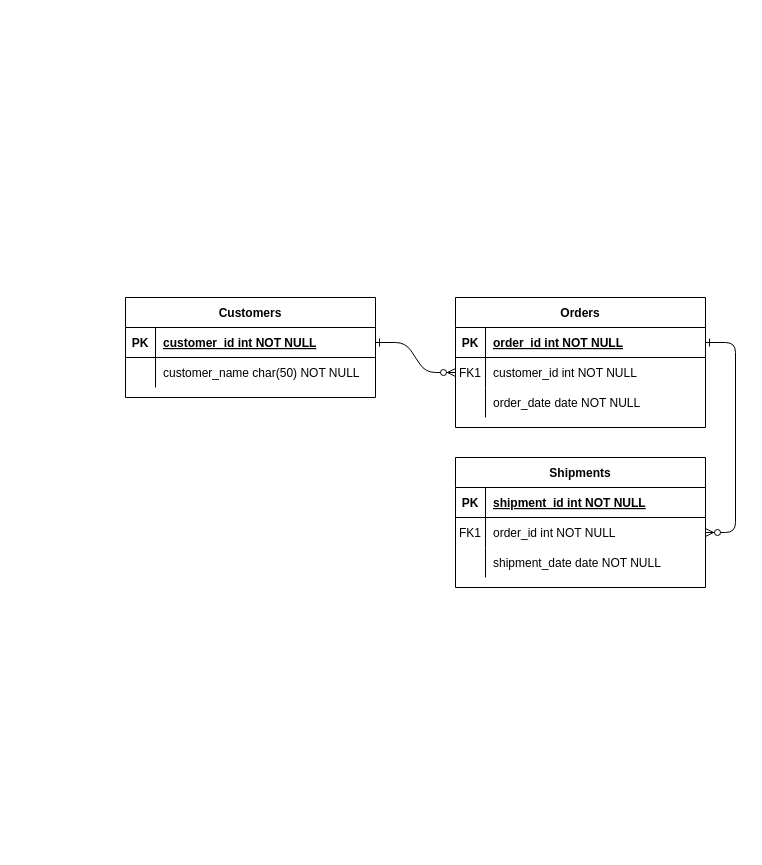
The draw.io diagram basesdedatos1.drawio in vnavacar/warm-up, before the edit. Source tidied: cells renumbered, new cells numbered last; positions are measured from the earlier drawing's top-left corner, leaving out a move shared by most shapes. Both pictures are drawn from the tidied source at 100%, with x=0, y=0 at pixel (125, 297).
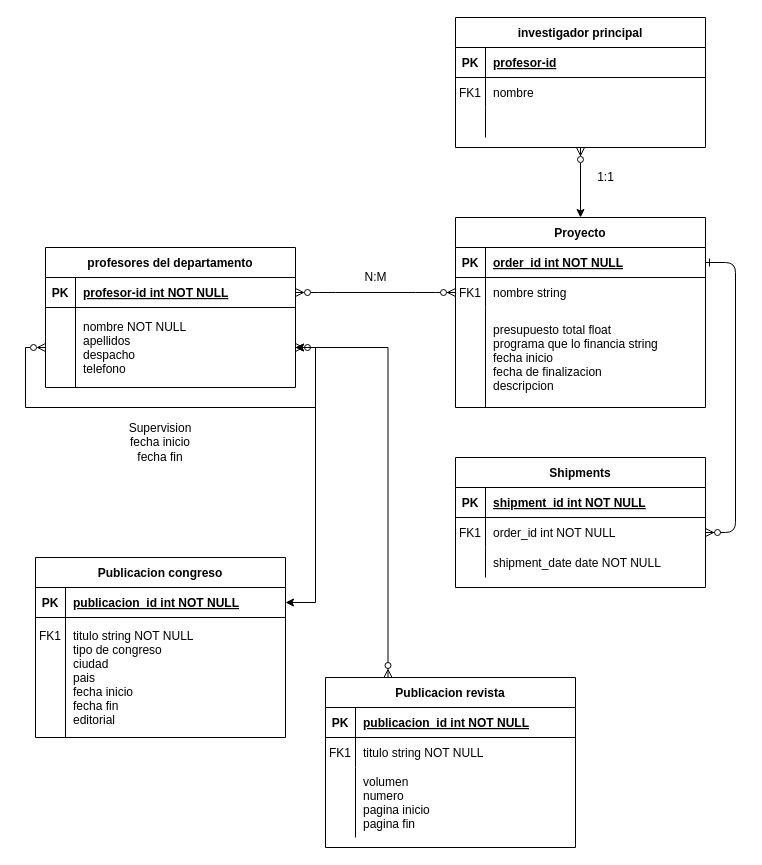
The same diagram, later.

Unchanged cells that the change refers to:
```xml
<mxCell id="8" style="shape=partialRectangle;fillColor=none;points=[[0,0.5],[1,0.5]];portConstraint=eastwest;top=0;left=0;right=0;bottom=0;" parent="4" vertex="1">
  <mxGeometry y="60" width="250" height="30" as="geometry" />
</mxCell>
<mxCell id="25" style="shape=partialRectangle;fillColor=none;points=[[0,0.5],[1,0.5]];portConstraint=eastwest;top=0;left=0;right=0;bottom=1;" parent="24" vertex="1">
  <mxGeometry y="30" width="250" height="30" as="geometry" />
</mxCell>
```

Diff of the diagram source:
```diff
@@
-    <mxCell id="2" style="edgeStyle=entityRelationEdgeStyle;endArrow=ERzeroToMany;startArrow=ERone;endFill=1;startFill=0;" parent="1" edge="1" source="25" target="8">
+    <mxCell id="2" style="edgeStyle=entityRelationEdgeStyle;endArrow=ERzeroToMany;startArrow=ERzeroToMany;endFill=1;startFill=0;" parent="1" edge="1" source="25" target="8">
       <mxGeometry relative="1" as="geometry" />
     </mxCell>
@@
-    <mxCell id="4" value="Orders" style="shape=table;startSize=30;childLayout=tableLayout;rowLines=0;fontStyle=1;align=center;" parent="1" vertex="1">
-      <mxGeometry x="330" width="250" height="130" as="geometry" />
+    <mxCell id="4" value="Proyecto" style="shape=table;startSize=30;childLayout=tableLayout;rowLines=0;fontStyle=1;align=center;" parent="1" vertex="1">
+      <mxGeometry x="330" y="-80" width="250" height="190" as="geometry" />
     </mxCell>
@@
-    <mxCell id="10" value="customer_id int NOT NULL" style="shape=partialRectangle;overflow=hidden;fillColor=none;top=0;left=0;bottom=0;right=0;align=left;spacingLeft=6;" parent="8" vertex="1">
+    <mxCell id="10" value="nombre string" style="shape=partialRectangle;overflow=hidden;fillColor=none;top=0;left=0;bottom=0;right=0;align=left;spacingLeft=6;" parent="8" vertex="1">
       <mxGeometry x="30" width="220" height="30" as="geometry" />
     </mxCell>
     <mxCell id="11" style="shape=partialRectangle;fillColor=none;top=0;left=0;right=0;bottom=0;" parent="4" vertex="1">
-      <mxGeometry y="90" width="250" height="30" as="geometry" />
+      <mxGeometry y="90" width="250" height="100" as="geometry" />
     </mxCell>
     <mxCell id="12" style="shape=partialRectangle;overflow=hidden;fillColor=none;top=0;left=0;bottom=0;right=0;" parent="11" vertex="1">
-      <mxGeometry width="30" height="30" as="geometry" />
+      <mxGeometry width="30" height="100" as="geometry" />
     </mxCell>
-    <mxCell id="13" value="order_date date NOT NULL" style="shape=partialRectangle;overflow=hidden;fillColor=none;top=0;left=0;bottom=0;right=0;align=left;spacingLeft=6;" parent="11" vertex="1">
-      <mxGeometry x="30" width="220" height="30" as="geometry" />
+    <mxCell id="13" value="presupuesto total float&#10;programa que lo financia string&#10;fecha inicio&#10;fecha de finalizacion&#10;descripcion" style="shape=partialRectangle;overflow=hidden;fillColor=none;top=0;left=0;bottom=0;right=0;align=left;spacingLeft=6;" parent="11" vertex="1">
+      <mxGeometry x="30" width="220" height="100" as="geometry" />
     </mxCell>
@@
-    <mxCell id="24" value="Customers" style="shape=table;startSize=30;childLayout=tableLayout;rowLines=0;fontStyle=1;align=center;" parent="1" vertex="1">
-      <mxGeometry width="250" height="100" as="geometry" />
+    <mxCell id="24" value="profesores del departamento" style="shape=table;startSize=30;childLayout=tableLayout;rowLines=0;fontStyle=1;align=center;" parent="1" vertex="1">
+      <mxGeometry x="-80" y="-50" width="250" height="140" as="geometry" />
     </mxCell>
@@
-    <mxCell id="27" value="customer_id int NOT NULL " style="shape=partialRectangle;overflow=hidden;fillColor=none;top=0;left=0;bottom=0;right=0;align=left;spacingLeft=6;fontStyle=5;" parent="25" vertex="1">
+    <mxCell id="27" value="profesor-id int NOT NULL " style="shape=partialRectangle;overflow=hidden;fillColor=none;top=0;left=0;bottom=0;right=0;align=left;spacingLeft=6;fontStyle=5;" parent="25" vertex="1">
       <mxGeometry x="30" width="220" height="30" as="geometry" />
     </mxCell>
     <mxCell id="28" style="shape=partialRectangle;fillColor=none;points=[[0,0.5],[1,0.5]];portConstraint=eastwest;top=0;left=0;right=0;bottom=0;" parent="24" vertex="1">
-      <mxGeometry y="60" width="250" height="30" as="geometry" />
+      <mxGeometry y="60" width="250" height="80" as="geometry" />
     </mxCell>
     <mxCell id="29" style="shape=partialRectangle;overflow=hidden;fillColor=none;top=0;left=0;bottom=0;right=0;" parent="28" vertex="1">
-      <mxGeometry width="30" height="30" as="geometry" />
+      <mxGeometry width="30" height="80" as="geometry" />
     </mxCell>
-    <mxCell id="30" value="customer_name char(50) NOT NULL" style="shape=partialRectangle;overflow=hidden;fillColor=none;top=0;left=0;bottom=0;right=0;align=left;spacingLeft=6;" parent="28" vertex="1">
-      <mxGeometry x="30" width="220" height="30" as="geometry" />
+    <mxCell id="30" value="nombre NOT NULL&#10;apellidos&#10;despacho&#10;telefono" style="shape=partialRectangle;overflow=hidden;fillColor=none;top=0;left=0;bottom=0;right=0;align=left;spacingLeft=6;" parent="28" vertex="1">
+      <mxGeometry x="30" width="220" height="80" as="geometry" />
     </mxCell>
+    <mxCell id="31" style="edgeStyle=orthogonalEdgeStyle;rounded=0;orthogonalLoop=1;jettySize=auto;html=1;exitX=0;exitY=0.5;exitDx=0;exitDy=0;startArrow=ERzeroToMany;startFill=0;" parent="24" edge="1" source="28" target="28">
+      <mxGeometry relative="1" as="geometry" />
+    </mxCell>
+    <mxCell id="32" value="N:M" style="text;html=1;align=center;verticalAlign=middle;strokeColor=none;fillColor=none;" parent="1" vertex="1">
+      <mxGeometry x="230" y="-30" width="40" height="20" as="geometry" />
+    </mxCell>
+    <mxCell id="33" value="Supervision&lt;br&gt;fecha inicio&lt;br&gt;fecha fin" style="text;html=1;strokeColor=none;fillColor=none;align=center;verticalAlign=middle;whiteSpace=wrap;rounded=0;" parent="1" vertex="1">
+      <mxGeometry x="-40" y="120" width="150" height="50" as="geometry" />
+    </mxCell>
+    <mxCell id="34" style="edgeStyle=orthogonalEdgeStyle;rounded=0;jettySize=auto;html=1;exitX=0.5;exitY=1;exitDx=0;exitDy=0;entryX=0.5;entryY=0;entryDx=0;entryDy=0;startArrow=ERzeroToMany;startFill=0;" parent="1" edge="1" source="35" target="4">
+      <mxGeometry relative="1" as="geometry" />
+    </mxCell>
+    <mxCell id="35" value="investigador principal" style="shape=table;startSize=30;childLayout=tableLayout;rowLines=0;fontStyle=1;align=center;" parent="1" vertex="1">
+      <mxGeometry x="330" y="-280" width="250" height="130" as="geometry" />
+    </mxCell>
+    <mxCell id="36" style="shape=partialRectangle;fillColor=none;top=0;left=0;right=0;bottom=1;" parent="35" vertex="1">
+      <mxGeometry y="30" width="250" height="30" as="geometry" />
+    </mxCell>
+    <mxCell id="37" value="PK" style="shape=partialRectangle;overflow=hidden;fillColor=none;top=0;left=0;bottom=0;right=0;fontStyle=1;" parent="36" vertex="1">
+      <mxGeometry width="30" height="30" as="geometry" />
+    </mxCell>
+    <mxCell id="38" value="profesor-id" style="shape=partialRectangle;overflow=hidden;fillColor=none;top=0;left=0;bottom=0;right=0;align=left;spacingLeft=6;fontStyle=5;" parent="36" vertex="1">
+      <mxGeometry x="30" width="220" height="30" as="geometry" />
+    </mxCell>
+    <mxCell id="39" style="shape=partialRectangle;fillColor=none;top=0;left=0;right=0;bottom=0;" parent="35" vertex="1">
+      <mxGeometry y="60" width="250" height="30" as="geometry" />
+    </mxCell>
+    <mxCell id="40" value="FK1" style="shape=partialRectangle;overflow=hidden;fillColor=none;top=0;left=0;bottom=0;right=0;" parent="39" vertex="1">
+      <mxGeometry width="30" height="30" as="geometry" />
+    </mxCell>
+    <mxCell id="41" value="nombre" style="shape=partialRectangle;overflow=hidden;fillColor=none;top=0;left=0;bottom=0;right=0;align=left;spacingLeft=6;" parent="39" vertex="1">
+      <mxGeometry x="30" width="220" height="30" as="geometry" />
+    </mxCell>
+    <mxCell id="42" style="shape=partialRectangle;fillColor=none;top=0;left=0;right=0;bottom=0;" parent="35" vertex="1">
+      <mxGeometry y="90" width="250" height="30" as="geometry" />
+    </mxCell>
+    <mxCell id="43" style="shape=partialRectangle;overflow=hidden;fillColor=none;top=0;left=0;bottom=0;right=0;" parent="42" vertex="1">
+      <mxGeometry width="30" height="30" as="geometry" />
+    </mxCell>
+    <mxCell id="44" style="shape=partialRectangle;overflow=hidden;fillColor=none;top=0;left=0;bottom=0;right=0;align=left;spacingLeft=6;" parent="42" vertex="1">
+      <mxGeometry x="30" width="220" height="30" as="geometry" />
+    </mxCell>
+    <mxCell id="45" value="1:1" style="text;html=1;align=center;verticalAlign=middle;strokeColor=none;fillColor=none;" parent="1" vertex="1">
+      <mxGeometry x="465" y="-130" width="30" height="20" as="geometry" />
+    </mxCell>
+    <mxCell id="46" value="Publicacion congreso" style="shape=table;startSize=30;childLayout=tableLayout;rowLines=0;fontStyle=1;align=center;" parent="1" vertex="1">
+      <mxGeometry x="-90" y="260" width="250" height="180" as="geometry" />
+    </mxCell>
+    <mxCell id="47" style="shape=partialRectangle;fillColor=none;points=[[0,0.5],[1,0.5]];portConstraint=eastwest;top=0;left=0;right=0;bottom=1;" parent="46" vertex="1">
+      <mxGeometry y="30" width="250" height="30" as="geometry" />
+    </mxCell>
+    <mxCell id="48" value="PK" style="shape=partialRectangle;overflow=hidden;fillColor=none;top=0;left=0;bottom=0;right=0;fontStyle=1;" parent="47" vertex="1">
+      <mxGeometry width="30" height="30" as="geometry" />
+    </mxCell>
+    <mxCell id="49" value="publicacion_id int NOT NULL " style="shape=partialRectangle;overflow=hidden;fillColor=none;top=0;left=0;bottom=0;right=0;align=left;spacingLeft=6;fontStyle=5;" parent="47" vertex="1">
+      <mxGeometry x="30" width="220" height="30" as="geometry" />
+    </mxCell>
+    <mxCell id="50" style="shape=partialRectangle;fillColor=none;top=0;left=0;right=0;bottom=0;" parent="46" vertex="1">
+      <mxGeometry y="60" width="250" height="120" as="geometry" />
+    </mxCell>
+    <mxCell id="51" value="FK1&#10;&#10;&#10;&#10;&#10;&#10;" style="shape=partialRectangle;overflow=hidden;fillColor=none;top=0;left=0;bottom=0;right=0;" parent="50" vertex="1">
+      <mxGeometry width="30" height="120" as="geometry" />
+    </mxCell>
+    <mxCell id="52" value="titulo string NOT NULL&#10;tipo de congreso&#10;ciudad&#10;pais&#10;fecha inicio&#10;fecha fin&#10;editorial" style="shape=partialRectangle;overflow=hidden;fillColor=none;top=0;left=0;bottom=0;right=0;align=left;spacingLeft=6;" parent="50" vertex="1">
+      <mxGeometry x="30" width="220" height="120" as="geometry" />
+    </mxCell>
+    <mxCell id="53" style="edgeStyle=orthogonalEdgeStyle;rounded=0;jettySize=auto;html=1;exitX=1;exitY=0.5;exitDx=0;exitDy=0;entryX=1;entryY=0.5;entryDx=0;entryDy=0;startArrow=ERzeroToMany;startFill=0;" parent="1" edge="1" source="28" target="47">
+      <mxGeometry relative="1" as="geometry">
+        <Array as="points">
+          <mxPoint x="190" y="50" />
+          <mxPoint x="190" y="305" />
+        </Array>
+      </mxGeometry>
+    </mxCell>
+    <mxCell id="54" style="edgeStyle=orthogonalEdgeStyle;rounded=0;jettySize=auto;html=1;exitX=0.25;exitY=0;exitDx=0;exitDy=0;startArrow=ERzeroToMany;startFill=0;" parent="1" edge="1" source="55" target="28">
+      <mxGeometry relative="1" as="geometry" />
+    </mxCell>
+    <mxCell id="55" value="Publicacion revista" style="shape=table;startSize=30;childLayout=tableLayout;rowLines=0;fontStyle=1;align=center;" parent="1" vertex="1">
+      <mxGeometry x="200" y="380" width="250" height="170" as="geometry" />
+    </mxCell>
+    <mxCell id="56" style="shape=partialRectangle;fillColor=none;top=0;left=0;right=0;bottom=1;" parent="55" vertex="1">
+      <mxGeometry y="30" width="250" height="30" as="geometry" />
+    </mxCell>
+    <mxCell id="57" value="PK" style="shape=partialRectangle;overflow=hidden;fillColor=none;top=0;left=0;bottom=0;right=0;fontStyle=1;" parent="56" vertex="1">
+      <mxGeometry width="30" height="30" as="geometry" />
+    </mxCell>
+    <mxCell id="58" value="publicacion_id int NOT NULL " style="shape=partialRectangle;overflow=hidden;fillColor=none;top=0;left=0;bottom=0;right=0;align=left;spacingLeft=6;fontStyle=5;" parent="56" vertex="1">
+      <mxGeometry x="30" width="220" height="30" as="geometry" />
+    </mxCell>
+    <mxCell id="59" style="shape=partialRectangle;fillColor=none;top=0;left=0;right=0;bottom=0;" parent="55" vertex="1">
+      <mxGeometry y="60" width="250" height="30" as="geometry" />
+    </mxCell>
+    <mxCell id="60" value="FK1" style="shape=partialRectangle;overflow=hidden;fillColor=none;top=0;left=0;bottom=0;right=0;" parent="59" vertex="1">
+      <mxGeometry width="30" height="30" as="geometry" />
+    </mxCell>
+    <mxCell id="61" value="titulo string NOT NULL" style="shape=partialRectangle;overflow=hidden;fillColor=none;top=0;left=0;bottom=0;right=0;align=left;spacingLeft=6;" parent="59" vertex="1">
+      <mxGeometry x="30" width="220" height="30" as="geometry" />
+    </mxCell>
+    <mxCell id="62" style="shape=partialRectangle;fillColor=none;top=0;left=0;right=0;bottom=0;" parent="55" vertex="1">
+      <mxGeometry y="90" width="250" height="70" as="geometry" />
+    </mxCell>
+    <mxCell id="63" style="shape=partialRectangle;overflow=hidden;fillColor=none;top=0;left=0;bottom=0;right=0;" parent="62" vertex="1">
+      <mxGeometry width="30" height="70" as="geometry" />
+    </mxCell>
+    <mxCell id="64" value="volumen&#10;numero&#10;pagina inicio&#10;pagina fin" style="shape=partialRectangle;overflow=hidden;fillColor=none;top=0;left=0;bottom=0;right=0;align=left;spacingLeft=6;" parent="62" vertex="1">
+      <mxGeometry x="30" width="220" height="70" as="geometry" />
+    </mxCell>
```
